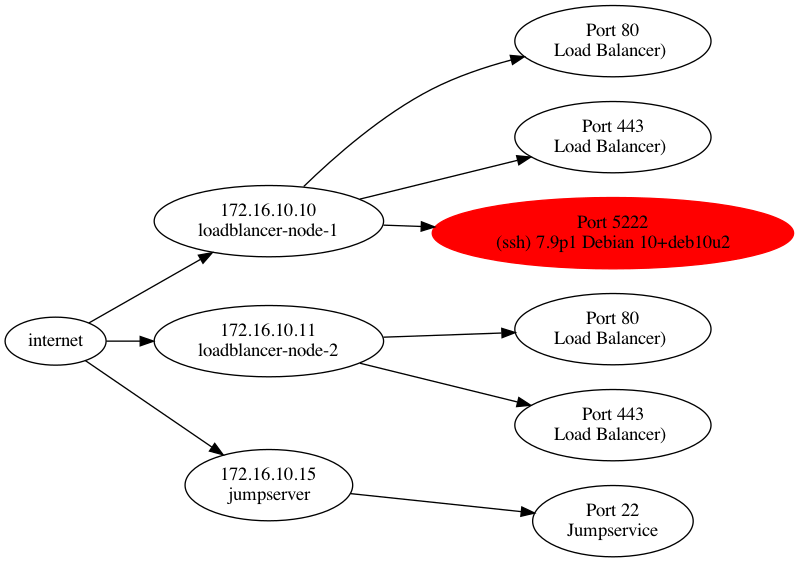
Above: doc/example.png in echox/servicedef (Graphviz), before the change. Its source is kept beside it as doc/example.dot. Its diagram source:
```dot
digraph  {

	rankdir=LR;

	n1[label="internet"];
	n2[label="172.16.10.10\nloadblancer-node-1"];
	n3[label="172.16.10.11\nloadblancer-node-2"];
	n4[label="172.16.10.15\njumpserver"];
	n5[label="Port 80\nLoad Balancer) "];
	n6[label="Port 80\nLoad Balancer) "];
	n7[label="Port 443\nLoad Balancer) "];
	n8[label="Port 443\nLoad Balancer) "];
	n9[color="red",label="Port 5222\n(ssh) 7.9p1 Debian 10+deb10u2",style="filled"];
	n10[label="Port 22\nJumpservice"];

	n1->n2;
	n1->n3;
	n1->n4;
	n2->n5;
	n2->n7;
	n2->n9;
	n3->n6;
	n3->n8;
	n4->n10;
}
```
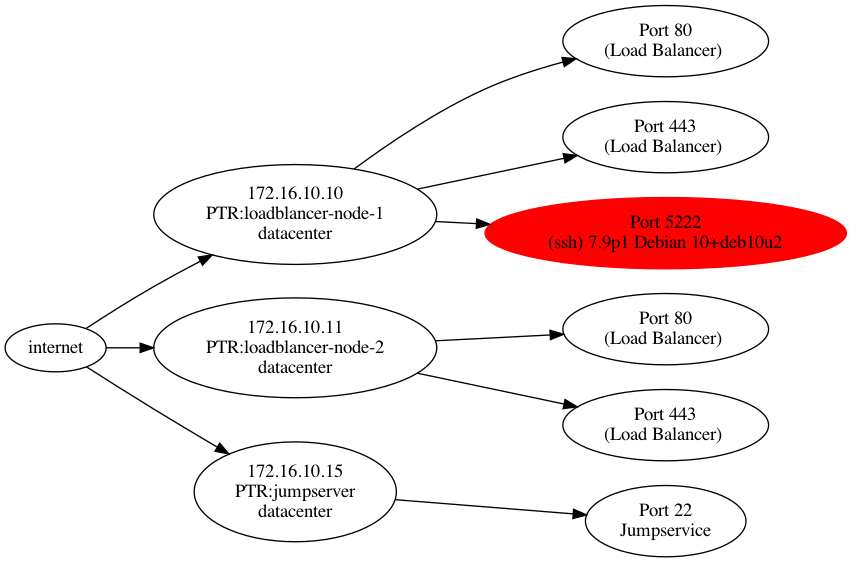
The same file after the commit.

Commit message:
make example reflect PTR and host description

Change to the diagram source:
```diff
@@ -3,13 +3,13 @@
 	rankdir=LR;
 
 	n1[label="internet"];
-	n2[label="172.16.10.10\nloadblancer-node-1"];
-	n3[label="172.16.10.11\nloadblancer-node-2"];
-	n4[label="172.16.10.15\njumpserver"];
-	n5[label="Port 80\nLoad Balancer) "];
-	n6[label="Port 80\nLoad Balancer) "];
-	n7[label="Port 443\nLoad Balancer) "];
-	n8[label="Port 443\nLoad Balancer) "];
+	n2[label="172.16.10.10\nPTR:loadblancer-node-1\ndatacenter"];
+	n3[label="172.16.10.11\nPTR:loadblancer-node-2\ndatacenter"];
+	n4[label="172.16.10.15\nPTR:jumpserver\ndatacenter"];
+	n5[label="Port 80\n(Load Balancer) "];
+	n6[label="Port 80\n(Load Balancer) "];
+	n7[label="Port 443\n(Load Balancer) "];
+	n8[label="Port 443\n(Load Balancer) "];
 	n9[color="red",label="Port 5222\n(ssh) 7.9p1 Debian 10+deb10u2",style="filled"];
 	n10[label="Port 22\nJumpservice"];
 
```
